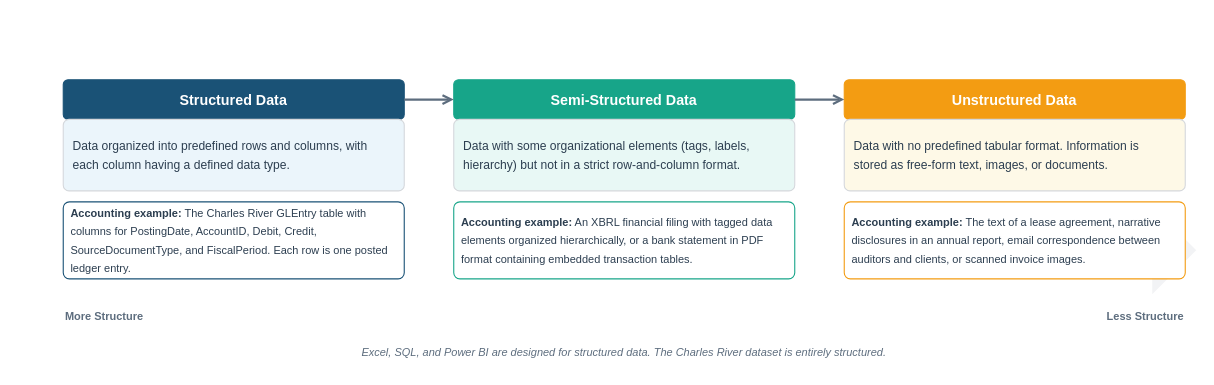
Above: visuals/src/fig-02-01-spectrum-data-structure.drawio in mmcodesso/Accounting_Analytics_Book (draw.io), before the change. Source tidied: cells renumbered, new cells numbered last; positions are measured from the earlier drawing's top-left corner, leaving out a move shared by most shapes. Both pictures are drawn from the tidied source at 110%, with x=0, y=0 at pixel (52, 79).
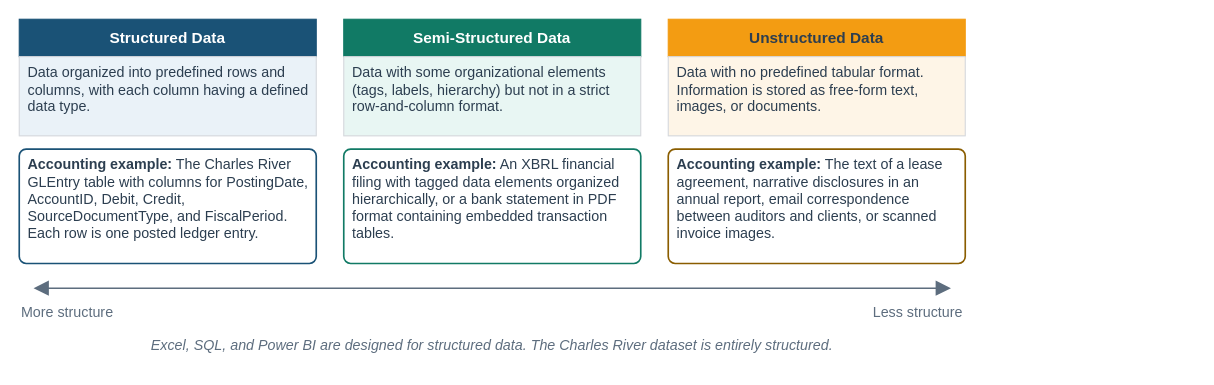
The same diagram, later.

The edit, as a diff of the source:
```diff
@@
-<mxGraphModel>
+<mxGraphModel background="#FFFFFF">
   <root>
     <mxCell id="0" />
     <mxCell id="1" parent="0" />
-    <mxCell id="2" style="shape=mxgraph.arrows2.arrow;dx=40;dy=14;notch=0;rounded=0;fillColor=#D5D8DC;strokeColor=none;opacity=30;" parent="1" vertex="1">
-      <mxGeometry y="115" width="1040" height="80" as="geometry" />
-    </mxCell>
-    <mxCell id="3" value="&lt;b&gt;More Structure&lt;/b&gt;" style="text;html=1;align=left;verticalAlign=middle;fontSize=10;fontColor=#5D6D7E;fontFamily=Helvetica;" parent="1" vertex="1">
-      <mxGeometry x="10" y="205" width="120" height="20" as="geometry" />
-    </mxCell>
-    <mxCell id="4" value="&lt;b&gt;Less Structure&lt;/b&gt;" style="text;html=1;align=right;verticalAlign=middle;fontSize=10;fontColor=#5D6D7E;fontFamily=Helvetica;" parent="1" vertex="1">
-      <mxGeometry x="910" y="205" width="120" height="20" as="geometry" />
-    </mxCell>
+    <mxCell id="17" style="rounded=0;html=1;fillColor=none;strokeColor=none;" parent="1" vertex="1">
+      <mxGeometry x="-30" y="-55" width="860" height="306" as="geometry" />
+    </mxCell>
-    <mxCell id="5" value="&lt;font color=&quot;#FFFFFF&quot;&gt;&lt;b&gt;Structured Data&lt;/b&gt;&lt;/font&gt;" style="rounded=1;whiteSpace=wrap;html=1;fillColor=#1A5276;strokeColor=#1A5276;arcSize=12;verticalAlign=middle;fontSize=13;fontFamily=Helvetica;" parent="1" vertex="1">
-      <mxGeometry x="10" width="310" height="36" as="geometry" />
+    <mxCell id="5" value="&lt;b&gt;Structured Data&lt;/b&gt;" style="rounded=0;arcSize=6;whiteSpace=wrap;html=1;fillColor=#1A5276;strokeColor=#1A5276;strokeWidth=1;fontColor=#FFFFFF;fontSize=14;fontStyle=0;align=center;verticalAlign=middle;fontFamily=Helvetica;spacingLeft=6;spacingRight=6;" parent="1" vertex="1">
+      <mxGeometry x="-30" y="-55" width="270" height="34" as="geometry" />
     </mxCell>
-    <mxCell id="6" value="&lt;div style=&quot;text-align:left;line-height:1.5;&quot;&gt;&lt;font style=&quot;font-size:11px;&quot; color=&quot;#2C3E50&quot;&gt;Data organized into predefined rows and columns, with each column having a defined data type.&lt;/font&gt;&lt;/div&gt;" style="rounded=1;whiteSpace=wrap;html=1;fillColor=#EBF5FB;strokeColor=#D5D8DC;arcSize=8;verticalAlign=top;spacing=10;fontFamily=Helvetica;" parent="1" vertex="1">
-      <mxGeometry x="10" y="36" width="310" height="65" as="geometry" />
+    <mxCell id="6" value="Data organized into predefined rows and columns, with each column having a defined data type." style="rounded=0;arcSize=6;whiteSpace=wrap;html=1;fillColor=#EAF2F8;strokeColor=#D5D8DC;strokeWidth=1;fontColor=#2C3E50;fontSize=13;fontStyle=0;align=left;verticalAlign=top;fontFamily=Helvetica;spacingLeft=6;spacingRight=6;" parent="1" vertex="1">
+      <mxGeometry x="-30" y="-21" width="270" height="72" as="geometry" />
     </mxCell>
-    <mxCell id="7" value="&lt;div style=&quot;text-align:left;line-height:1.4;&quot;&gt;&lt;font color=&quot;#2C3E50&quot; style=&quot;font-size:10px;&quot;&gt;&lt;b&gt;Accounting example:&lt;/b&gt; The Charles River GLEntry table with columns for PostingDate, AccountID, Debit, Credit, SourceDocumentType, and FiscalPeriod. Each row is one posted ledger entry.&lt;/font&gt;&lt;/div&gt;" style="rounded=1;whiteSpace=wrap;html=1;fillColor=#FFFFFF;strokeColor=#1A5276;strokeWidth=1;arcSize=8;verticalAlign=middle;spacing=8;fontFamily=Helvetica;" parent="1" vertex="1">
-      <mxGeometry x="10" y="111" width="310" height="70" as="geometry" />
+    <mxCell id="7" value="&lt;b&gt;Accounting example:&lt;/b&gt; The Charles River GLEntry table with columns for PostingDate, AccountID, Debit, Credit, SourceDocumentType, and FiscalPeriod. Each row is one posted ledger entry." style="rounded=1;arcSize=6;whiteSpace=wrap;html=1;fillColor=#FFFFFF;strokeColor=#1A5276;strokeWidth=1.5;fontColor=#2C3E50;fontSize=13;fontStyle=0;align=left;verticalAlign=top;fontFamily=Helvetica;spacingLeft=6;spacingRight=6;" parent="1" vertex="1">
+      <mxGeometry x="-30" y="63" width="270" height="104" as="geometry" />
     </mxCell>
-    <mxCell id="8" value="&lt;font color=&quot;#FFFFFF&quot;&gt;&lt;b&gt;Semi-Structured Data&lt;/b&gt;&lt;/font&gt;" style="rounded=1;whiteSpace=wrap;html=1;fillColor=#17A589;strokeColor=#17A589;arcSize=12;verticalAlign=middle;fontSize=13;fontFamily=Helvetica;" parent="1" vertex="1">
-      <mxGeometry x="365" width="310" height="36" as="geometry" />
+    <mxCell id="8" value="&lt;b&gt;Semi-Structured Data&lt;/b&gt;" style="rounded=0;arcSize=6;whiteSpace=wrap;html=1;fillColor=#117A65;strokeColor=#117A65;strokeWidth=1;fontColor=#FFFFFF;fontSize=14;fontStyle=0;align=center;verticalAlign=middle;fontFamily=Helvetica;spacingLeft=6;spacingRight=6;" parent="1" vertex="1">
+      <mxGeometry x="265" y="-55" width="270" height="34" as="geometry" />
     </mxCell>
-    <mxCell id="9" value="&lt;div style=&quot;text-align:left;line-height:1.5;&quot;&gt;&lt;font style=&quot;font-size:11px;&quot; color=&quot;#2C3E50&quot;&gt;Data with some organizational elements (tags, labels, hierarchy) but not in a strict row-and-column format.&lt;/font&gt;&lt;/div&gt;" style="rounded=1;whiteSpace=wrap;html=1;fillColor=#E8F8F5;strokeColor=#D5D8DC;arcSize=8;verticalAlign=top;spacing=10;fontFamily=Helvetica;" parent="1" vertex="1">
-      <mxGeometry x="365" y="36" width="310" height="65" as="geometry" />
+    <mxCell id="9" value="Data with some organizational elements (tags, labels, hierarchy) but not in a strict row-and-column format." style="rounded=0;arcSize=6;whiteSpace=wrap;html=1;fillColor=#E8F6F3;strokeColor=#D5D8DC;strokeWidth=1;fontColor=#2C3E50;fontSize=13;fontStyle=0;align=left;verticalAlign=top;fontFamily=Helvetica;spacingLeft=6;spacingRight=6;" parent="1" vertex="1">
+      <mxGeometry x="265" y="-21" width="270" height="72" as="geometry" />
     </mxCell>
-    <mxCell id="10" value="&lt;div style=&quot;text-align:left;line-height:1.4;&quot;&gt;&lt;font color=&quot;#2C3E50&quot; style=&quot;font-size:10px;&quot;&gt;&lt;b&gt;Accounting example:&lt;/b&gt; An XBRL financial filing with tagged data elements organized hierarchically, or a bank statement in PDF format containing embedded transaction tables.&lt;/font&gt;&lt;/div&gt;" style="rounded=1;whiteSpace=wrap;html=1;fillColor=#FFFFFF;strokeColor=#17A589;strokeWidth=1;arcSize=8;verticalAlign=middle;spacing=8;fontFamily=Helvetica;" parent="1" vertex="1">
-      <mxGeometry x="365" y="111" width="310" height="70" as="geometry" />
+    <mxCell id="10" value="&lt;b&gt;Accounting example:&lt;/b&gt; An XBRL financial filing with tagged data elements organized hierarchically, or a bank statement in PDF format containing embedded transaction tables." style="rounded=1;arcSize=6;whiteSpace=wrap;html=1;fillColor=#FFFFFF;strokeColor=#117A65;strokeWidth=1.5;fontColor=#2C3E50;fontSize=13;fontStyle=0;align=left;verticalAlign=top;fontFamily=Helvetica;spacingLeft=6;spacingRight=6;" parent="1" vertex="1">
+      <mxGeometry x="265" y="63" width="270" height="104" as="geometry" />
     </mxCell>
-    <mxCell id="11" value="&lt;font color=&quot;#FFFFFF&quot;&gt;&lt;b&gt;Unstructured Data&lt;/b&gt;&lt;/font&gt;" style="rounded=1;whiteSpace=wrap;html=1;fillColor=#F39C12;strokeColor=#F39C12;arcSize=12;verticalAlign=middle;fontSize=13;fontFamily=Helvetica;" parent="1" vertex="1">
-      <mxGeometry x="720" width="310" height="36" as="geometry" />
+    <mxCell id="11" value="&lt;b&gt;Unstructured Data&lt;/b&gt;" style="rounded=0;arcSize=6;whiteSpace=wrap;html=1;fillColor=#F39C12;strokeColor=#F39C12;strokeWidth=1;fontColor=#2C3E50;fontSize=14;fontStyle=0;align=center;verticalAlign=middle;fontFamily=Helvetica;spacingLeft=6;spacingRight=6;" parent="1" vertex="1">
+      <mxGeometry x="560" y="-55" width="270" height="34" as="geometry" />
     </mxCell>
-    <mxCell id="12" value="&lt;div style=&quot;text-align:left;line-height:1.5;&quot;&gt;&lt;font style=&quot;font-size:11px;&quot; color=&quot;#2C3E50&quot;&gt;Data with no predefined tabular format. Information is stored as free-form text, images, or documents.&lt;/font&gt;&lt;/div&gt;" style="rounded=1;whiteSpace=wrap;html=1;fillColor=#FEF9E7;strokeColor=#D5D8DC;arcSize=8;verticalAlign=top;spacing=10;fontFamily=Helvetica;" parent="1" vertex="1">
-      <mxGeometry x="720" y="36" width="310" height="65" as="geometry" />
+    <mxCell id="12" value="Data with no predefined tabular format. Information is stored as free-form text, images, or documents." style="rounded=0;arcSize=6;whiteSpace=wrap;html=1;fillColor=#FEF5E7;strokeColor=#D5D8DC;strokeWidth=1;fontColor=#2C3E50;fontSize=13;fontStyle=0;align=left;verticalAlign=top;fontFamily=Helvetica;spacingLeft=6;spacingRight=6;" parent="1" vertex="1">
+      <mxGeometry x="560" y="-21" width="270" height="72" as="geometry" />
     </mxCell>
-    <mxCell id="13" value="&lt;div style=&quot;text-align:left;line-height:1.4;&quot;&gt;&lt;font color=&quot;#2C3E50&quot; style=&quot;font-size:10px;&quot;&gt;&lt;b&gt;Accounting example:&lt;/b&gt; The text of a lease agreement, narrative disclosures in an annual report, email correspondence between auditors and clients, or scanned invoice images.&lt;/font&gt;&lt;/div&gt;" style="rounded=1;whiteSpace=wrap;html=1;fillColor=#FFFFFF;strokeColor=#F39C12;strokeWidth=1;arcSize=8;verticalAlign=middle;spacing=8;fontFamily=Helvetica;" parent="1" vertex="1">
-      <mxGeometry x="720" y="111" width="310" height="70" as="geometry" />
+    <mxCell id="13" value="&lt;b&gt;Accounting example:&lt;/b&gt; The text of a lease agreement, narrative disclosures in an annual report, email correspondence between auditors and clients, or scanned invoice images." style="rounded=1;arcSize=6;whiteSpace=wrap;html=1;fillColor=#FFFFFF;strokeColor=#8A5D00;strokeWidth=1.5;fontColor=#2C3E50;fontSize=13;fontStyle=0;align=left;verticalAlign=top;fontFamily=Helvetica;spacingLeft=6;spacingRight=6;" parent="1" vertex="1">
+      <mxGeometry x="560" y="63" width="270" height="104" as="geometry" />
     </mxCell>
-    <mxCell id="14" style="edgeStyle=orthogonalEdgeStyle;rounded=0;jettySize=auto;exitX=1;exitY=0.5;exitDx=0;exitDy=0;entryX=0;entryY=0.5;entryDx=0;entryDy=0;strokeColor=#5D6D7E;strokeWidth=2;endArrow=open;endFill=0;" parent="1" edge="1" source="5" target="8">
-      <mxGeometry relative="1" as="geometry" />
-    </mxCell>
-    <mxCell id="15" style="edgeStyle=orthogonalEdgeStyle;rounded=0;jettySize=auto;exitX=1;exitY=0.5;exitDx=0;exitDy=0;entryX=0;entryY=0.5;entryDx=0;entryDy=0;strokeColor=#5D6D7E;strokeWidth=2;endArrow=open;endFill=0;" parent="1" edge="1" source="8" target="11">
-      <mxGeometry relative="1" as="geometry" />
-    </mxCell>
+    <mxCell id="18" style="text;html=1;strokeColor=none;fillColor=none;" parent="1" vertex="1">
+      <mxGeometry x="-18" y="189" width="1" height="1" as="geometry" />
+    </mxCell>
+    <mxCell id="19" style="text;html=1;strokeColor=none;fillColor=none;" parent="1" vertex="1">
+      <mxGeometry x="817" y="189" width="1" height="1" as="geometry" />
+    </mxCell>
+    <mxCell id="20" style="edgeStyle=orthogonalEdgeStyle;rounded=1;html=1;startArrow=block;endArrow=block;startFill=1;endFill=1;startSize=10;endSize=10;strokeColor=#5D6D7E;strokeWidth=1.5;fontSize=12;fontColor=#2C3E50;fontFamily=Helvetica;labelBackgroundColor=#FFFFFF;" parent="1" edge="1" source="18" target="19">
+      <mxGeometry relative="1" as="geometry" />
+    </mxCell>
+    <mxCell id="21" value="More structure" style="text;html=1;whiteSpace=wrap;align=left;verticalAlign=top;fontSize=13;fontColor=#5D6D7E;fontStyle=0;fontFamily=Helvetica;spacing=2;fillColor=none;strokeColor=none;" parent="1" vertex="1">
+      <mxGeometry x="-30" y="197" width="200" height="20" as="geometry" />
+    </mxCell>
+    <mxCell id="22" value="Less structure" style="text;html=1;whiteSpace=wrap;align=right;verticalAlign=top;fontSize=13;fontColor=#5D6D7E;fontStyle=0;fontFamily=Helvetica;spacing=2;fillColor=none;strokeColor=none;" parent="1" vertex="1">
+      <mxGeometry x="630" y="197" width="200" height="20" as="geometry" />
+    </mxCell>
-    <mxCell id="16" value="&lt;font color=&quot;#5D6D7E&quot; style=&quot;font-size:10px;&quot;&gt;&lt;i&gt;Excel, SQL, and Power BI are designed for structured data. The Charles River dataset is entirely structured.&lt;/i&gt;&lt;/font&gt;" style="text;html=1;align=center;verticalAlign=middle;whiteSpace=wrap;fontFamily=Helvetica;" parent="1" vertex="1">
-      <mxGeometry x="220" y="235" width="600" height="25" as="geometry" />
+    <mxCell id="16" value="&lt;i&gt;Excel, SQL, and Power BI are designed for structured data. The Charles River dataset is entirely structured.&lt;/i&gt;" style="text;html=1;whiteSpace=wrap;align=center;verticalAlign=top;fontSize=13;fontColor=#5D6D7E;fontStyle=0;fontFamily=Helvetica;spacing=2;fillColor=none;strokeColor=none;" parent="1" vertex="1">
+      <mxGeometry x="-30" y="227" width="860" height="22" as="geometry" />
     </mxCell>
   </root>
 </mxGraphModel>
```
